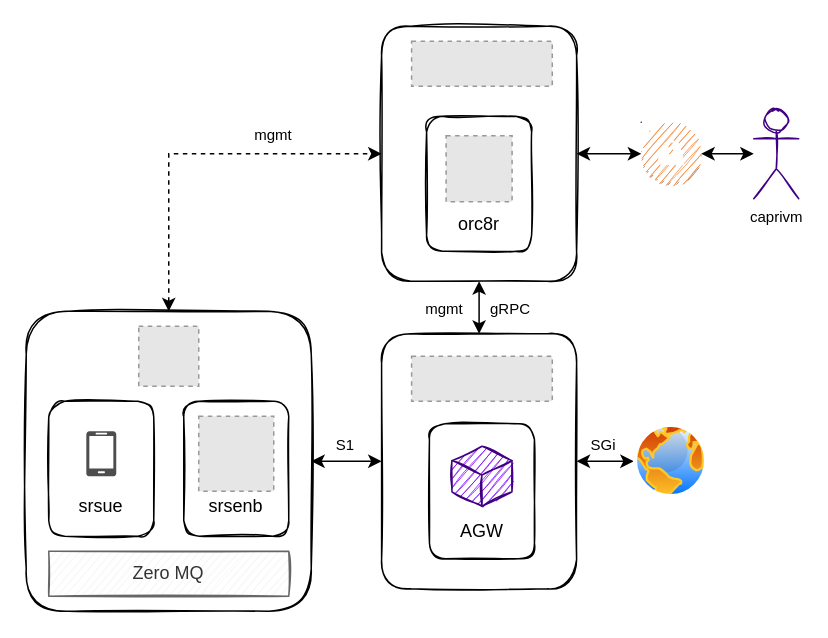
caprivm/virtualization keeps this draw.io diagram as srsLTE_and_Magma_v1.6_simulation.drawio. Above is the earlier version. Source tidied: cells renumbered, new cells numbered last; positions are measured from the earlier drawing's top-left corner, leaving out a move shared by most shapes. Both pictures are drawn from the tidied source at 150%, with x=0, y=0 at pixel (26, 26). Pictures stored in the file or linked from it are replaced by grey dashed boxes.
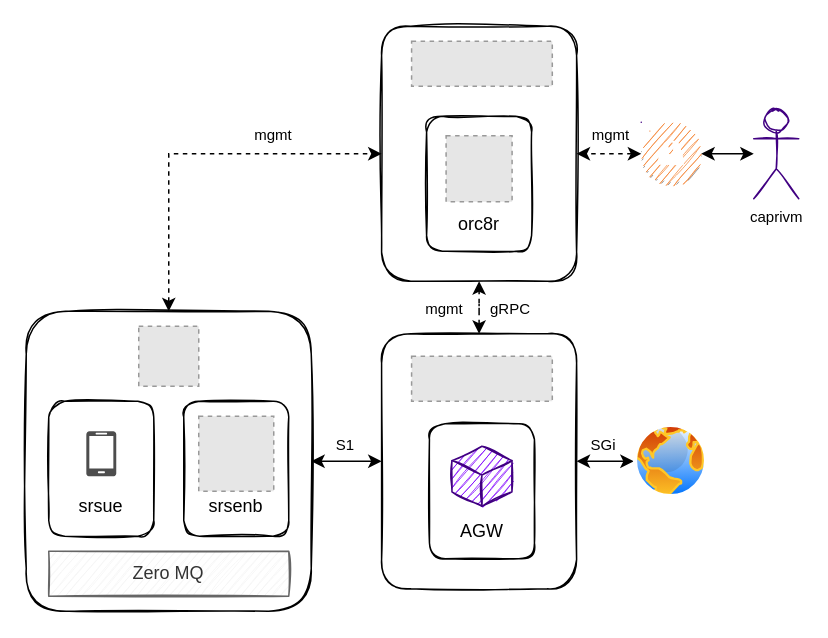
Above is the later version.

Unchanged cells that the change refers to:
```xml
<mxCell id="2" style="rounded=1;whiteSpace=wrap;html=1;sketch=1;fillColor=none;" parent="1" vertex="1">
  <mxGeometry x="236.9" width="130" height="170" as="geometry" />
</mxCell>
<mxCell id="5" style="rounded=1;whiteSpace=wrap;html=1;sketch=1;fillColor=none;" parent="1" vertex="1">
  <mxGeometry x="236.9" y="205" width="130" height="170" as="geometry" />
</mxCell>
<mxCell id="32" style="outlineConnect=0;dashed=0;verticalLabelPosition=bottom;verticalAlign=top;align=center;html=1;shape=mxgraph.aws3.vpn_gateway;fillColor=#F58534;gradientColor=none;labelBackgroundColor=none;sketch=1;fontSize=10;strokeColor=#410082;" parent="1" vertex="1">
  <mxGeometry x="410" y="64" width="40" height="42" as="geometry" />
</mxCell>
```

Diff of the diagram source:
```diff
@@
-    <mxCell id="3" style="edgeStyle=orthogonalEdgeStyle;rounded=0;jettySize=auto;html=1;entryX=0.5;entryY=1;entryDx=0;entryDy=0;startArrow=classic;startFill=1;" parent="1" edge="1" source="5" target="2">
+    <mxCell id="3" style="edgeStyle=orthogonalEdgeStyle;rounded=0;jettySize=auto;html=1;entryX=0.5;entryY=1;entryDx=0;entryDy=0;startArrow=classic;startFill=1;dashed=1;" parent="1" edge="1" source="5" target="2">
       <mxGeometry relative="1" as="geometry" />
     </mxCell>
@@
-    <mxCell id="31" style="edgeStyle=orthogonalEdgeStyle;rounded=0;jettySize=auto;html=1;entryX=1;entryY=0.5;entryDx=0;entryDy=0;fontSize=10;startArrow=classic;startFill=1;" parent="1" edge="1" source="32" target="2">
+    <mxCell id="31" style="edgeStyle=orthogonalEdgeStyle;rounded=0;jettySize=auto;html=1;entryX=1;entryY=0.5;entryDx=0;entryDy=0;fontSize=10;startArrow=classic;startFill=1;dashed=1;" parent="1" edge="1" source="32" target="2">
       <mxGeometry relative="1" as="geometry" />
     </mxCell>
@@
+    <mxCell id="35" value="mgmt" style="text;html=1;strokeColor=none;fillColor=none;align=center;verticalAlign=middle;whiteSpace=wrap;rounded=0;labelBackgroundColor=none;sketch=1;fontSize=10;" parent="1" vertex="1">
+      <mxGeometry x="370" y="62" width="40" height="20" as="geometry" />
+    </mxCell>
```
